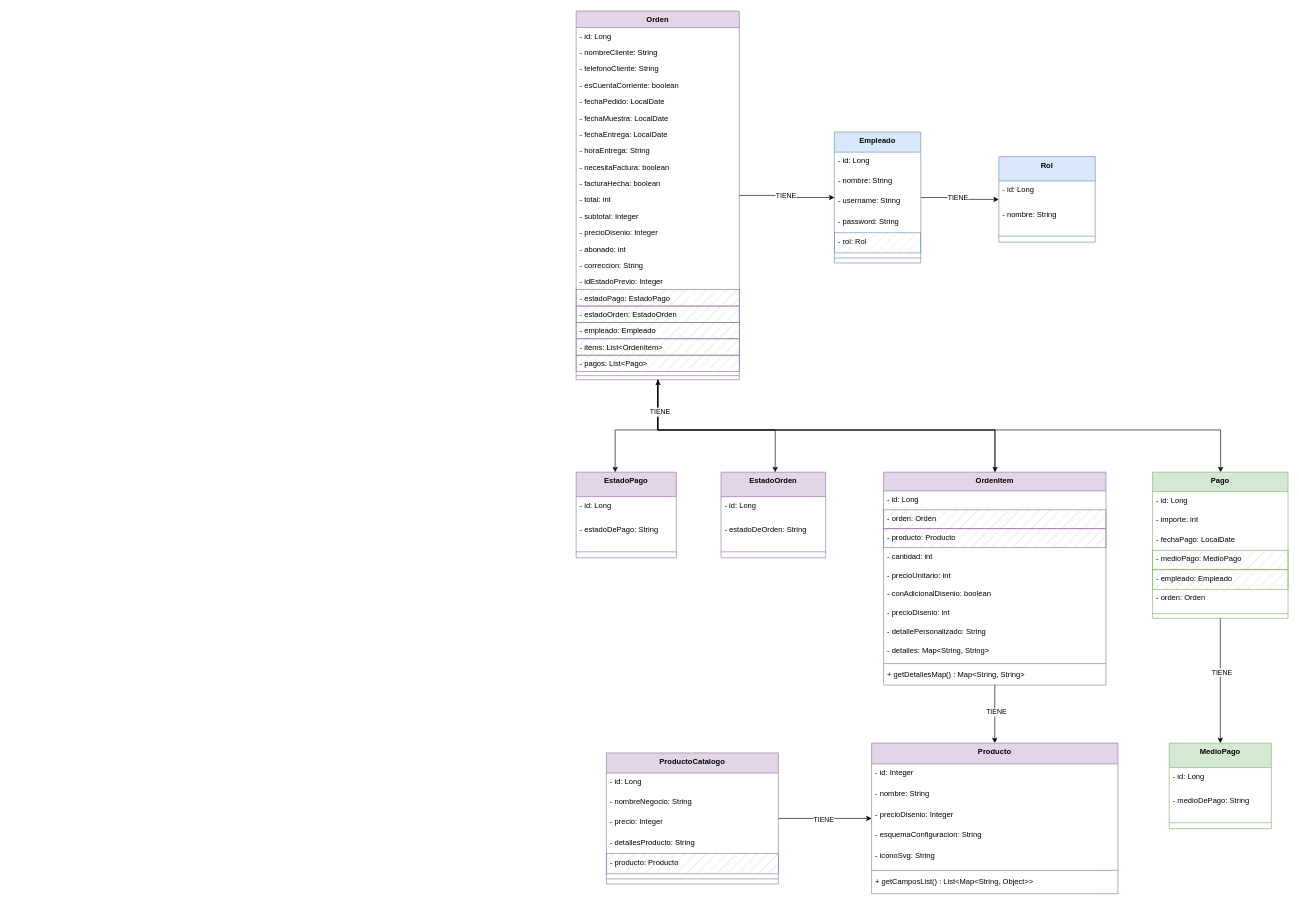
The draw.io diagram page "Dominios" (1 of 2) of doc/UML Punto Gráfico Web.drawio in puntograficodevs/gestionproductospg, before the edit. Source tidied: cells renumbered, new cells numbered last; positions are measured from the earlier drawing's top-left corner, leaving out a move shared by most shapes. Both pictures are drawn from the tidied source at 63%, with x=0, y=0 at pixel (576, 11).
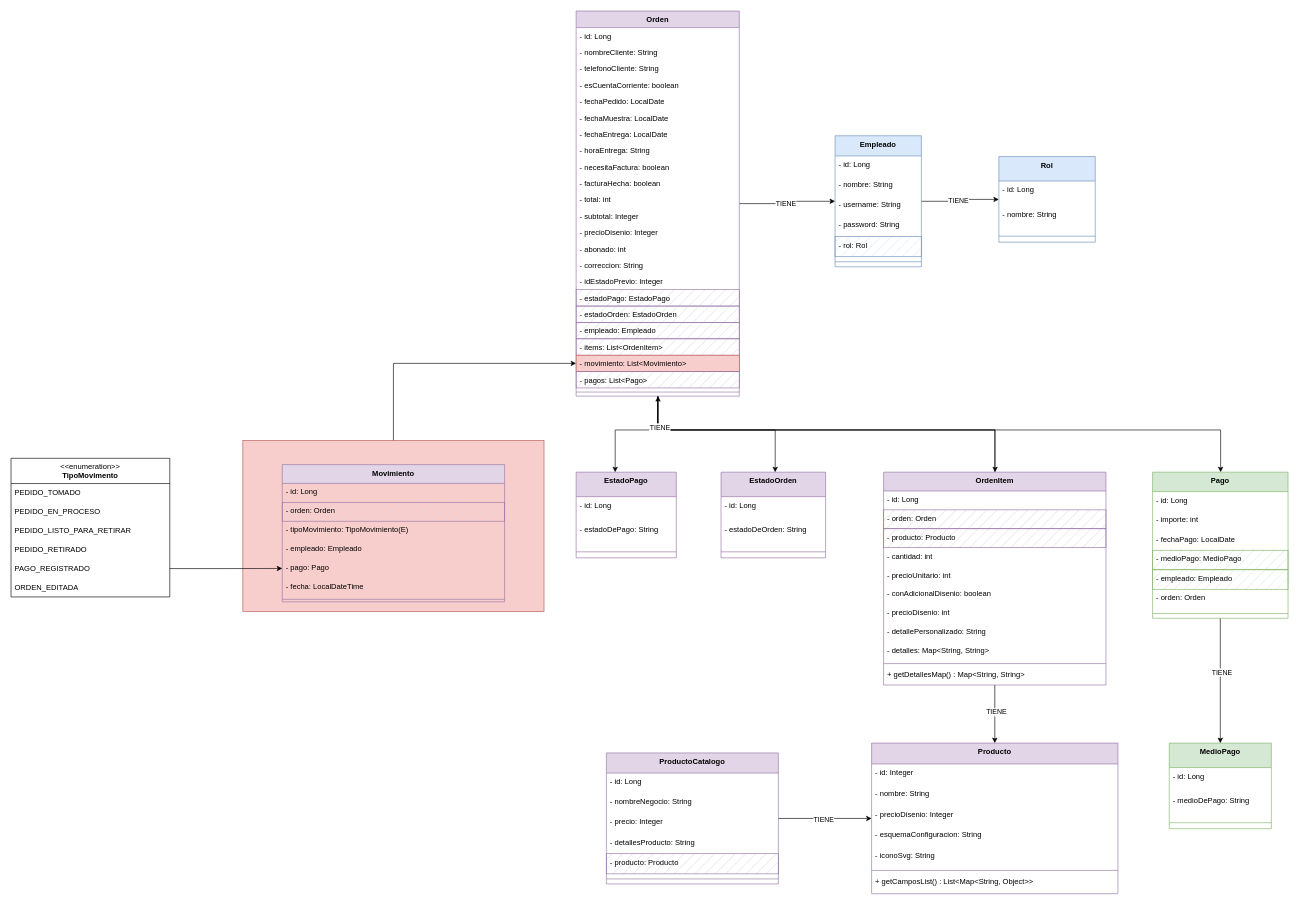
The same diagram, later.

Commit message (it also covers changes not shown here):
Commit parcial: Se integra "Movimiento" como dominio al sistema.

Change to the diagram source:
```diff
@@
+    <mxCell id="100" style="edgeStyle=orthogonalEdgeStyle;rounded=0;jettySize=auto;html=1;" parent="1" edge="1" source="101" target="102">
+      <mxGeometry relative="1" as="geometry" />
+    </mxCell>
+    <mxCell id="101" style="rounded=0;whiteSpace=wrap;html=1;fillColor=#f8cecc;strokeColor=#b85450;" parent="1" vertex="1">
+      <mxGeometry x="-529" y="681.9" width="478" height="271.1" as="geometry" />
+    </mxCell>
@@
     <mxCell id="4" value="Empleado" style="swimlane;fontStyle=1;align=center;verticalAlign=top;horizontal=1;startSize=32;fillColor=#dae8fc;strokeColor=#6c8ebf;" parent="1" vertex="1">
-      <mxGeometry x="410" y="192" width="137" height="208" as="geometry" />
+      <mxGeometry x="411" y="198" width="137" height="208" as="geometry" />
     </mxCell>
@@
     <mxCell id="30" value="Orden" style="swimlane;fontStyle=1;align=center;verticalAlign=top;horizontal=1;startSize=26.31111111111111;fillColor=#e1d5e7;strokeColor=#9673a6;" parent="1" vertex="1">
-      <mxGeometry width="259" height="585.3" as="geometry" />
+      <mxGeometry width="259" height="611.3" as="geometry" />
     </mxCell>
@@
+    <mxCell id="102" value="- movimiento: List&lt;Movimiento&gt;" style="text;strokeColor=#b85450;fillColor=#f8cecc;align=left;verticalAlign=top;spacingLeft=4;spacingRight=4;overflow=hidden;points=[[0,0.5],[1,0.5]];portConstraint=eastwest;fillStyle=solid;" parent="30" vertex="1">
+      <mxGeometry y="546.3" width="259" height="26" as="geometry" />
+    </mxCell>
     <mxCell id="51" value="- pagos: List&lt;Pago&gt;" style="text;strokeColor=#9673a6;fillColor=#e1d5e7;align=left;verticalAlign=top;spacingLeft=4;spacingRight=4;overflow=hidden;fillStyle=hatch;" parent="30" vertex="1">
-      <mxGeometry y="546.3" width="259" height="26" as="geometry" />
+      <mxGeometry y="572.3" width="259" height="26" as="geometry" />
     </mxCell>
     <mxCell id="52" style="line;strokeWidth=1;fillColor=none;align=left;verticalAlign=middle;spacingTop=-1;spacingLeft=3;spacingRight=3;labelPosition=right;strokeColor=inherit;" parent="30" vertex="1">
-      <mxGeometry y="572.3" width="259" height="13" as="geometry" />
+      <mxGeometry y="598.3" width="259" height="13" as="geometry" />
     </mxCell>
@@
+    <mxCell id="103" value="Movimiento" style="swimlane;fontStyle=1;align=center;verticalAlign=top;horizontal=1;startSize=29.818181818181817;fillColor=#e1d5e7;strokeColor=#9673a6;" parent="1" vertex="1">
+      <mxGeometry x="-466.5" y="720" width="353" height="217.8" as="geometry" />
+    </mxCell>
+    <mxCell id="104" value="- id: Long" style="text;strokeColor=none;fillColor=none;align=left;verticalAlign=top;spacingLeft=4;spacingRight=4;overflow=hidden;" parent="103" vertex="1">
+      <mxGeometry y="29.8" width="353" height="30" as="geometry" />
+    </mxCell>
+    <mxCell id="105" value="- orden: Orden" style="text;strokeColor=#9673a6;fillColor=#e1d5e7;align=left;verticalAlign=top;spacingLeft=4;spacingRight=4;overflow=hidden;fillStyle=hatch;" parent="103" vertex="1">
+      <mxGeometry y="59.8" width="353" height="30" as="geometry" />
+    </mxCell>
+    <mxCell id="106" value="- tipoMovimiento: TipoMovimiento(E)" style="text;strokeColor=none;fillColor=none;align=left;verticalAlign=top;spacingLeft=4;spacingRight=4;overflow=hidden;" parent="103" vertex="1">
+      <mxGeometry y="89.8" width="353" height="30" as="geometry" />
+    </mxCell>
+    <mxCell id="107" value="- empleado: Empleado" style="text;strokeColor=none;fillColor=none;align=left;verticalAlign=top;spacingLeft=4;spacingRight=4;overflow=hidden;" parent="103" vertex="1">
+      <mxGeometry y="119.8" width="353" height="30" as="geometry" />
+    </mxCell>
+    <mxCell id="108" value="- pago: Pago" style="text;strokeColor=none;fillColor=none;align=left;verticalAlign=top;spacingLeft=4;spacingRight=4;overflow=hidden;points=[[0,0.5],[1,0.5]];portConstraint=eastwest;" parent="103" vertex="1">
+      <mxGeometry y="149.8" width="353" height="30" as="geometry" />
+    </mxCell>
+    <mxCell id="109" value="- fecha: LocalDateTime" style="text;strokeColor=none;fillColor=none;align=left;verticalAlign=top;spacingLeft=4;spacingRight=4;overflow=hidden;" parent="103" vertex="1">
+      <mxGeometry y="179.8" width="353" height="30" as="geometry" />
+    </mxCell>
+    <mxCell id="110" style="line;strokeWidth=1;fillColor=none;align=left;verticalAlign=middle;spacingTop=-1;spacingLeft=3;spacingRight=3;labelPosition=right;strokeColor=inherit;" parent="103" vertex="1">
+      <mxGeometry y="209.8" width="353" height="8" as="geometry" />
+    </mxCell>
+    <mxCell id="111" value="&amp;lt;&amp;lt;enumeration&amp;gt;&amp;gt;&lt;br&gt;&lt;b&gt;TipoMovimento&lt;/b&gt;" style="swimlane;fontStyle=0;align=center;verticalAlign=top;horizontal=1;startSize=40;html=1;whiteSpace=wrap;" parent="1" vertex="1">
+      <mxGeometry x="-897" y="710" width="252" height="220" as="geometry" />
+    </mxCell>
+    <mxCell id="112" value="PEDIDO_TOMADO" style="text;html=1;strokeColor=none;fillColor=none;align=left;verticalAlign=middle;spacingLeft=4;spacingRight=4;overflow=hidden;whiteSpace=wrap;" parent="111" vertex="1">
+      <mxGeometry y="40" width="252" height="30" as="geometry" />
+    </mxCell>
+    <mxCell id="113" value="PEDIDO_EN_PROCESO" style="text;html=1;strokeColor=none;fillColor=none;align=left;verticalAlign=middle;spacingLeft=4;spacingRight=4;overflow=hidden;whiteSpace=wrap;" parent="111" vertex="1">
+      <mxGeometry y="70" width="252" height="30" as="geometry" />
+    </mxCell>
+    <mxCell id="114" value="PEDIDO_LISTO_PARA_RETIRAR" style="text;html=1;strokeColor=none;fillColor=none;align=left;verticalAlign=middle;spacingLeft=4;spacingRight=4;overflow=hidden;whiteSpace=wrap;" parent="111" vertex="1">
+      <mxGeometry y="100" width="252" height="30" as="geometry" />
+    </mxCell>
+    <mxCell id="115" value="PEDIDO_RETIRADO" style="text;html=1;strokeColor=none;fillColor=none;align=left;verticalAlign=middle;spacingLeft=4;spacingRight=4;overflow=hidden;whiteSpace=wrap;" parent="111" vertex="1">
+      <mxGeometry y="130" width="252" height="30" as="geometry" />
+    </mxCell>
+    <mxCell id="116" value="PAGO_REGISTRADO" style="text;html=1;strokeColor=none;fillColor=none;align=left;verticalAlign=middle;spacingLeft=4;spacingRight=4;overflow=hidden;points=[[0,0.5],[1,0.5]];portConstraint=eastwest;whiteSpace=wrap;" parent="111" vertex="1">
+      <mxGeometry y="160" width="252" height="30" as="geometry" />
+    </mxCell>
+    <mxCell id="117" value="ORDEN_EDITADA" style="text;html=1;strokeColor=none;fillColor=none;align=left;verticalAlign=middle;spacingLeft=4;spacingRight=4;overflow=hidden;whiteSpace=wrap;" parent="111" vertex="1">
+      <mxGeometry y="190" width="252" height="30" as="geometry" />
+    </mxCell>
+    <mxCell id="118" style="edgeStyle=orthogonalEdgeStyle;rounded=0;jettySize=auto;html=1;" parent="1" edge="1" source="116" target="108">
+      <mxGeometry relative="1" as="geometry" />
+    </mxCell>
```
